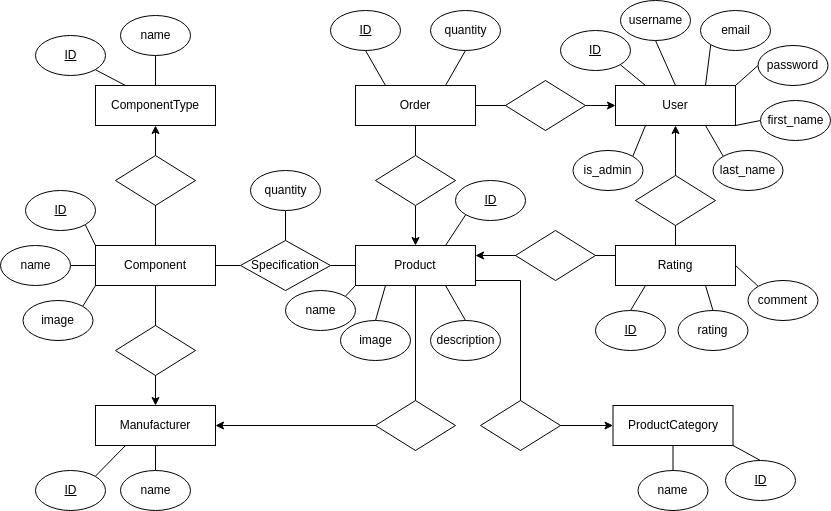
This is docs/game_store_ERD.png from Balsa-Dogandzic/Gaming_store_API, a draw.io export, as it was before one commit. Source tidied: cells renumbered, new cells last; positions are measured from the earlier drawing's top-left corner, leaving out a move shared by most shapes.
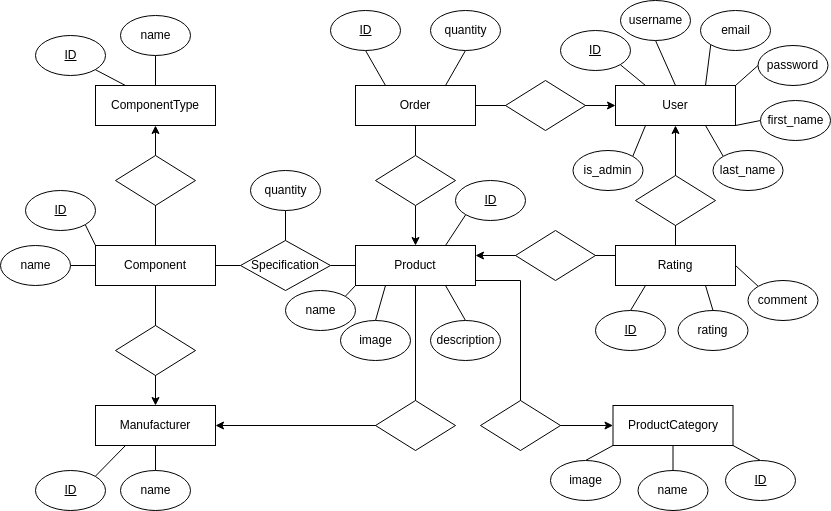
After the commit.

The edit, as a diff of the source:
```diff
@@ -125,15 +125,6 @@
     <mxCell id="40" value="&lt;u&gt;ID&lt;/u&gt;" style="text;html=1;strokeColor=none;fillColor=none;align=center;verticalAlign=middle;whiteSpace=wrap;rounded=0;" parent="1" vertex="1">
       <mxGeometry x="37.5" y="200" width="45" height="20" as="geometry" />
     </mxCell>
-    <mxCell id="41" style="edgeStyle=none;rounded=0;jettySize=auto;html=1;exitX=1;exitY=0;exitDx=0;exitDy=0;entryX=0;entryY=1;entryDx=0;entryDy=0;startArrow=none;startFill=0;endArrow=none;endFill=0;" parent="1" edge="1" source="42" target="8">
-      <mxGeometry relative="1" as="geometry" />
-    </mxCell>
-    <mxCell id="42" style="ellipse;whiteSpace=wrap;html=1;" parent="1" vertex="1">
-      <mxGeometry x="22.5" y="300" width="70" height="40" as="geometry" />
-    </mxCell>
-    <mxCell id="43" value="image" style="text;html=1;strokeColor=none;fillColor=none;align=center;verticalAlign=middle;whiteSpace=wrap;rounded=0;" parent="1" vertex="1">
-      <mxGeometry x="35" y="310" width="45" height="20" as="geometry" />
-    </mxCell>
     <mxCell id="44" style="ellipse;whiteSpace=wrap;html=1;" parent="1" vertex="1">
       <mxGeometry x="120" y="470" width="70" height="40" as="geometry" />
     </mxCell>
@@ -355,5 +346,14 @@
     <mxCell id="116" value="&lt;u&gt;ID&lt;/u&gt;" style="text;html=1;strokeColor=none;fillColor=none;align=center;verticalAlign=middle;whiteSpace=wrap;rounded=0;" parent="1" vertex="1">
       <mxGeometry x="737.5" y="470" width="45" height="20" as="geometry" />
     </mxCell>
+    <mxCell id="117" style="rounded=0;jettySize=auto;html=1;exitX=0.5;exitY=0;exitDx=0;exitDy=0;entryX=0;entryY=1;entryDx=0;entryDy=0;endArrow=none;endFill=0;" parent="1" edge="1" source="118" target="14">
+      <mxGeometry relative="1" as="geometry" />
+    </mxCell>
+    <mxCell id="118" style="ellipse;whiteSpace=wrap;html=1;" parent="1" vertex="1">
+      <mxGeometry x="550" y="460" width="70" height="40" as="geometry" />
+    </mxCell>
+    <mxCell id="43" value="image" style="text;html=1;strokeColor=none;fillColor=none;align=center;verticalAlign=middle;whiteSpace=wrap;rounded=0;" parent="1" vertex="1">
+      <mxGeometry x="562.5" y="470" width="45" height="20" as="geometry" />
+    </mxCell>
   </root>
 </mxGraphModel>
```
